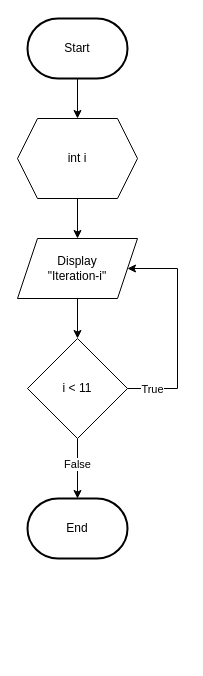
Earlier version of the draw.io diagram page "Do-while" (6 of 6) of Flowchart_PendaModul2.drawio (elikawicaksana/BuildIT_BasisData). Source tidied: cells renumbered, new cells numbered last; positions are measured from the earlier drawing's top-left corner, leaving out a move shared by most shapes. Both pictures are drawn from the tidied source at 100%, with x=0, y=0 at pixel (17, 18).
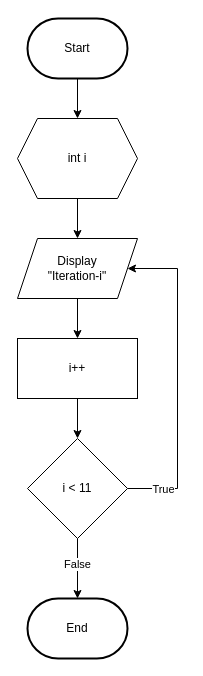
After the change.

The edit, as a diff of the source:
```diff
@@
 <mxGraphModel>
   <root>
     <mxCell id="0" />
     <mxCell id="1" parent="0" />
     <mxCell id="2" style="edgeStyle=orthogonalEdgeStyle;rounded=0;jettySize=auto;html=1;entryX=0.5;entryY=0;entryDx=0;entryDy=0;" parent="1" edge="1" source="3" target="6">
       <mxGeometry relative="1" as="geometry" />
     </mxCell>
     <mxCell id="3" value="Start" style="strokeWidth=2;html=1;shape=mxgraph.flowchart.terminator;whiteSpace=wrap;" parent="1" vertex="1">
       <mxGeometry x="10" width="100" height="60" as="geometry" />
     </mxCell>
     <mxCell id="4" value="End" style="strokeWidth=2;html=1;shape=mxgraph.flowchart.terminator;whiteSpace=wrap;" parent="1" vertex="1">
-      <mxGeometry x="10" y="480" width="100" height="60" as="geometry" />
+      <mxGeometry x="10" y="580" width="100" height="60" as="geometry" />
     </mxCell>
     <mxCell id="5" style="edgeStyle=orthogonalEdgeStyle;rounded=0;jettySize=auto;html=1;entryX=0.5;entryY=0;entryDx=0;entryDy=0;" parent="1" edge="1" source="6" target="11">
       <mxGeometry relative="1" as="geometry" />
     </mxCell>
     <mxCell id="6" value="int i" style="shape=hexagon;perimeter=hexagonPerimeter2;whiteSpace=wrap;html=1;fixedSize=1;" parent="1" vertex="1">
       <mxGeometry y="100" width="120" height="80" as="geometry" />
     </mxCell>
     <mxCell id="7" style="edgeStyle=orthogonalEdgeStyle;rounded=0;jettySize=auto;html=1;entryX=1;entryY=0.5;entryDx=0;entryDy=0;" parent="1" edge="1" source="9" target="11">
       <mxGeometry relative="1" as="geometry">
         <Array as="points">
-          <mxPoint x="160" y="370" />
+          <mxPoint x="160" y="470" />
           <mxPoint x="160" y="250" />
         </Array>
       </mxGeometry>
     </mxCell>
     <mxCell id="8" value="True" style="edgeLabel;html=1;align=center;verticalAlign=middle;" parent="7" vertex="1">
       <mxGeometry x="-0.78" relative="1" as="geometry" />
     </mxCell>
+    <mxCell id="14" style="edgeStyle=orthogonalEdgeStyle;rounded=0;jettySize=auto;html=1;exitX=0.5;exitY=1;exitDx=0;exitDy=0;entryX=0.5;entryY=0;entryDx=0;entryDy=0;" parent="1" edge="1" source="11" target="16">
+      <mxGeometry relative="1" as="geometry" />
+    </mxCell>
     <mxCell id="9" value="i &amp;lt; 11" style="rhombus;whiteSpace=wrap;html=1;" parent="1" vertex="1">
-      <mxGeometry x="10" y="320" width="100" height="100" as="geometry" />
+      <mxGeometry x="10" y="420" width="100" height="100" as="geometry" />
     </mxCell>
-    <mxCell id="10" style="edgeStyle=orthogonalEdgeStyle;rounded=0;jettySize=auto;html=1;entryX=0.5;entryY=0;entryDx=0;entryDy=0;" parent="1" edge="1" source="11" target="9">
-      <mxGeometry relative="1" as="geometry" />
-    </mxCell>
     <mxCell id="11" value="&lt;font face=&quot;Helvetica&quot; style=&quot;font-size: 12px;&quot;&gt;Display&lt;/font&gt;&lt;div&gt;&lt;font face=&quot;Helvetica&quot; style=&quot;font-size: 12px;&quot;&gt;&quot;Iteration-i&quot;&lt;/font&gt;&lt;/div&gt;" style="shape=parallelogram;perimeter=parallelogramPerimeter;whiteSpace=wrap;html=1;fixedSize=1;" parent="1" vertex="1">
       <mxGeometry y="220" width="120" height="60" as="geometry" />
     </mxCell>
     <mxCell id="12" style="edgeStyle=orthogonalEdgeStyle;rounded=0;jettySize=auto;html=1;entryX=0.5;entryY=0;entryDx=0;entryDy=0;entryPerimeter=0;" parent="1" edge="1" source="9" target="4">
       <mxGeometry relative="1" as="geometry" />
     </mxCell>
     <mxCell id="13" value="False" style="edgeLabel;html=1;align=center;verticalAlign=middle;" parent="12" vertex="1">
       <mxGeometry x="-0.16" y="-1" relative="1" as="geometry" />
     </mxCell>
+    <mxCell id="15" style="edgeStyle=orthogonalEdgeStyle;rounded=0;jettySize=auto;html=1;entryX=0.5;entryY=0;entryDx=0;entryDy=0;" parent="1" edge="1" source="16" target="9">
+      <mxGeometry relative="1" as="geometry" />
+    </mxCell>
+    <mxCell id="16" value="i++" style="rounded=0;whiteSpace=wrap;html=1;" parent="1" vertex="1">
+      <mxGeometry y="320" width="120" height="60" as="geometry" />
+    </mxCell>
   </root>
 </mxGraphModel>
```
